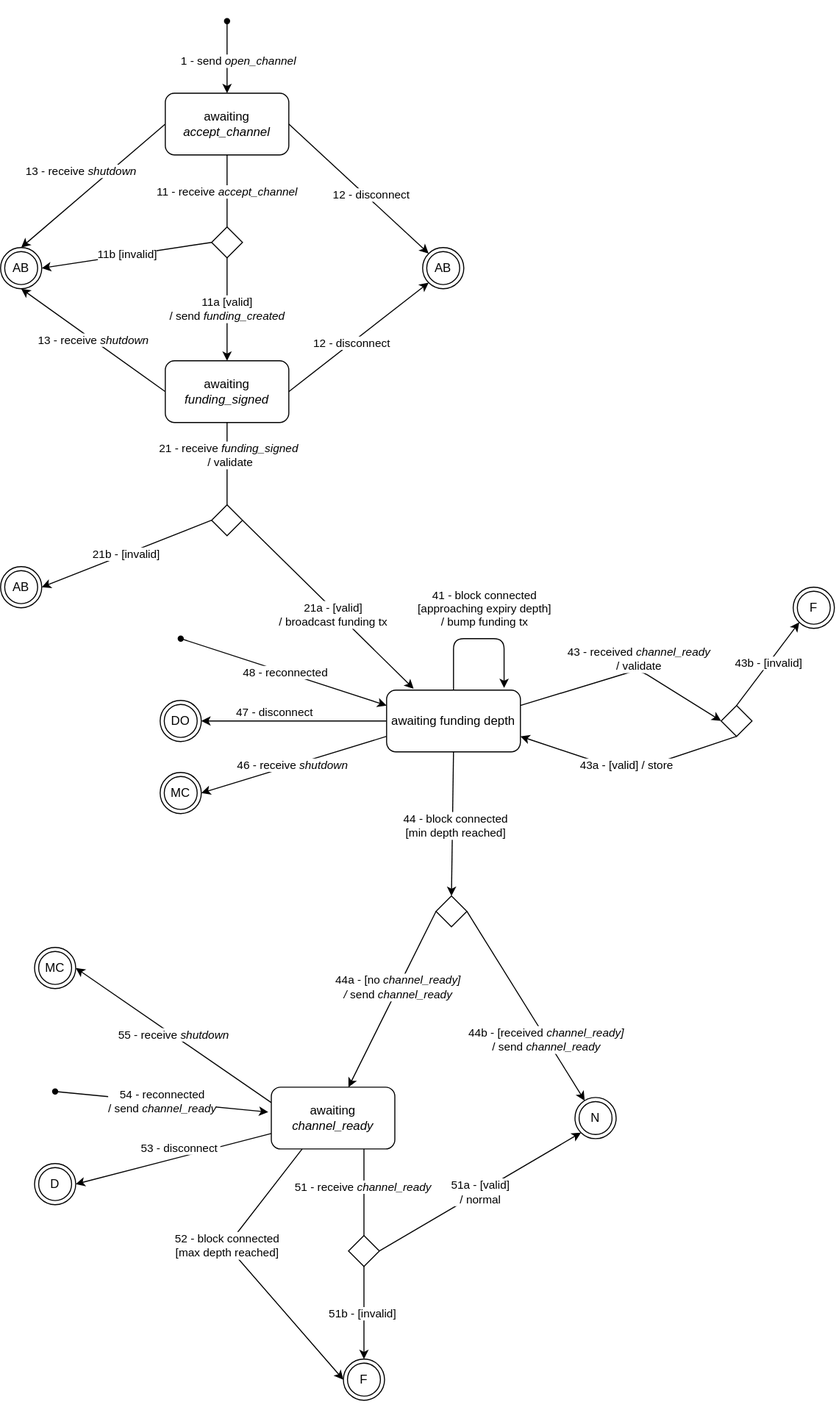
Above: docs/ConnectedFunderOpenChannel.svg in node-lightning/node-lightning (draw.io), before the change. Source tidied: cells renumbered, new cells last; positions are measured from the earlier drawing's top-left corner, leaving out a move shared by most shapes.
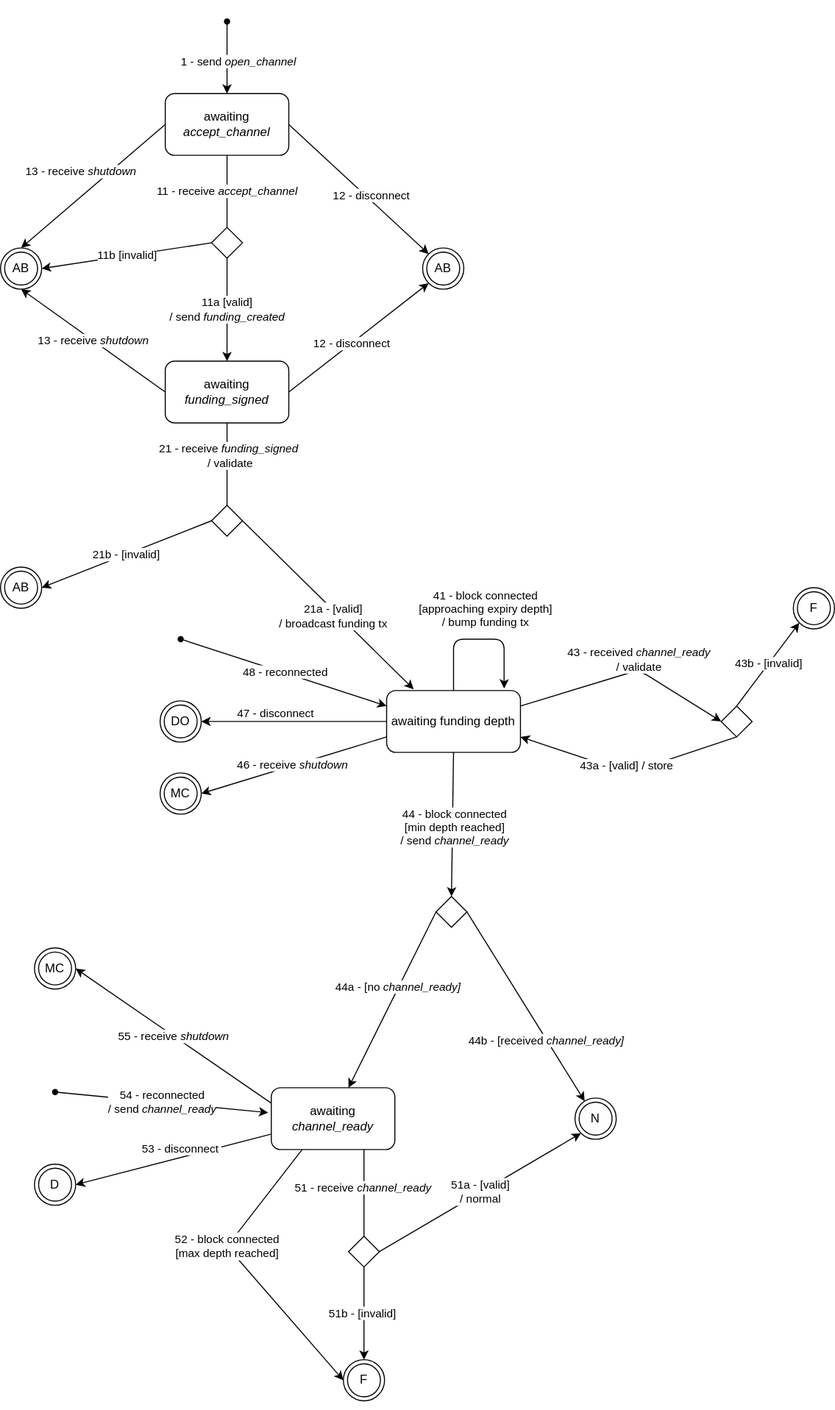
After the commit.

Commit message:
docs: capture block connected with funding tx

What changed in the source:
```diff
@@ -73,13 +73,13 @@
     <mxCell id="19" value="46 - receive &lt;i&gt;shutdown&amp;nbsp;&lt;br&gt;&lt;/i&gt;" style="edgeStyle=none;rounded=0;jettySize=auto;html=1;exitX=0;exitY=0.75;exitDx=0;exitDy=0;entryX=1;entryY=0.5;entryDx=0;entryDy=0;" parent="1" edge="1" source="23" target="51">
       <mxGeometry relative="1" as="geometry" />
     </mxCell>
-    <mxCell id="20" value="44b - [received &lt;i&gt;channel_ready]&lt;/i&gt;&lt;br&gt;/ send &lt;i&gt;channel_ready&lt;/i&gt;" style="rounded=0;jettySize=auto;html=1;exitX=1;exitY=0.5;exitDx=0;exitDy=0;" parent="1" edge="1" source="55" target="52">
+    <mxCell id="20" value="44b - [received &lt;i&gt;channel_ready]&lt;/i&gt;" style="rounded=0;jettySize=auto;html=1;exitX=1;exitY=0.5;exitDx=0;exitDy=0;" parent="1" edge="1" source="55" target="52">
       <mxGeometry x="0.36" y="-1" relative="1" as="geometry" />
     </mxCell>
     <mxCell id="21" style="edgeStyle=none;rounded=0;jettySize=auto;html=1;entryX=0.5;entryY=0;entryDx=0;entryDy=0;exitX=0.5;exitY=1;exitDx=0;exitDy=0;" parent="1" edge="1" source="23" target="55">
       <mxGeometry relative="1" as="geometry" />
     </mxCell>
-    <mxCell id="22" value="44 - block connected&lt;br&gt;[min depth reached]" style="edgeLabel;html=1;align=center;verticalAlign=middle;" parent="21" vertex="1">
+    <mxCell id="22" value="44 - block connected&lt;br&gt;[min depth reached]&lt;br&gt;/ send &lt;i&gt;channel_ready&lt;/i&gt;" style="edgeLabel;html=1;align=center;verticalAlign=middle;" parent="21" vertex="1">
       <mxGeometry x="0.02" y="2" relative="1" as="geometry" />
     </mxCell>
     <mxCell id="23" value="awaiting funding depth" style="whiteSpace=wrap;html=1;rounded=1;" parent="1" vertex="1">
@@ -196,7 +196,7 @@
     <mxCell id="53" style="edgeStyle=none;rounded=0;jettySize=auto;html=1;exitX=0;exitY=0.5;exitDx=0;exitDy=0;" parent="1" edge="1" source="55" target="32">
       <mxGeometry relative="1" as="geometry" />
     </mxCell>
-    <mxCell id="54" value="44a - [no&amp;nbsp;&lt;i&gt;channel_ready]&lt;br&gt;/&amp;nbsp;&lt;/i&gt;send&amp;nbsp;&lt;i&gt;channel_ready&lt;/i&gt;&lt;i&gt;&lt;br&gt;&lt;/i&gt;" style="edgeLabel;html=1;align=center;verticalAlign=middle;" parent="53" vertex="1">
+    <mxCell id="54" value="44a - [no&amp;nbsp;&lt;i&gt;channel_ready]&lt;/i&gt;&lt;i&gt;&lt;br&gt;&lt;/i&gt;" style="edgeLabel;html=1;align=center;verticalAlign=middle;" parent="53" vertex="1">
       <mxGeometry x="-0.14" y="-1" relative="1" as="geometry" />
     </mxCell>
     <mxCell id="55" style="rhombus;whiteSpace=wrap;html=1;" parent="1" vertex="1">
```
